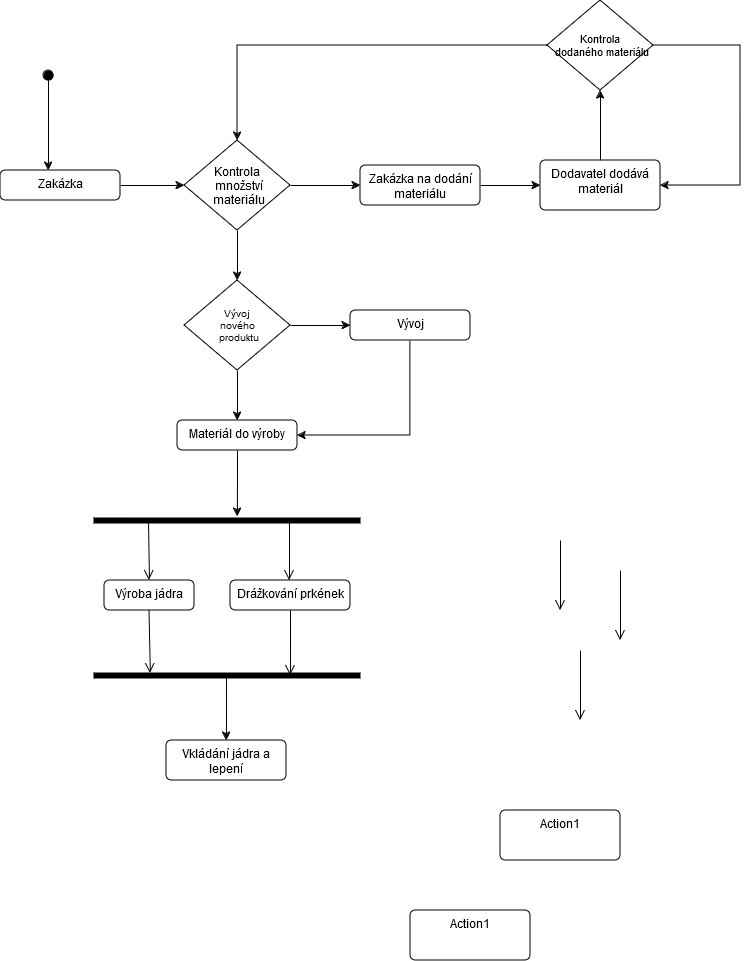
KarelMasa/pg keeps this draw.io diagram as SW_ING/Tuzka_Aktivity.png. Above is the earlier version. Source tidied: cells renumbered, new cells last; positions are measured from the earlier drawing's top-left corner, leaving out a move shared by most shapes.
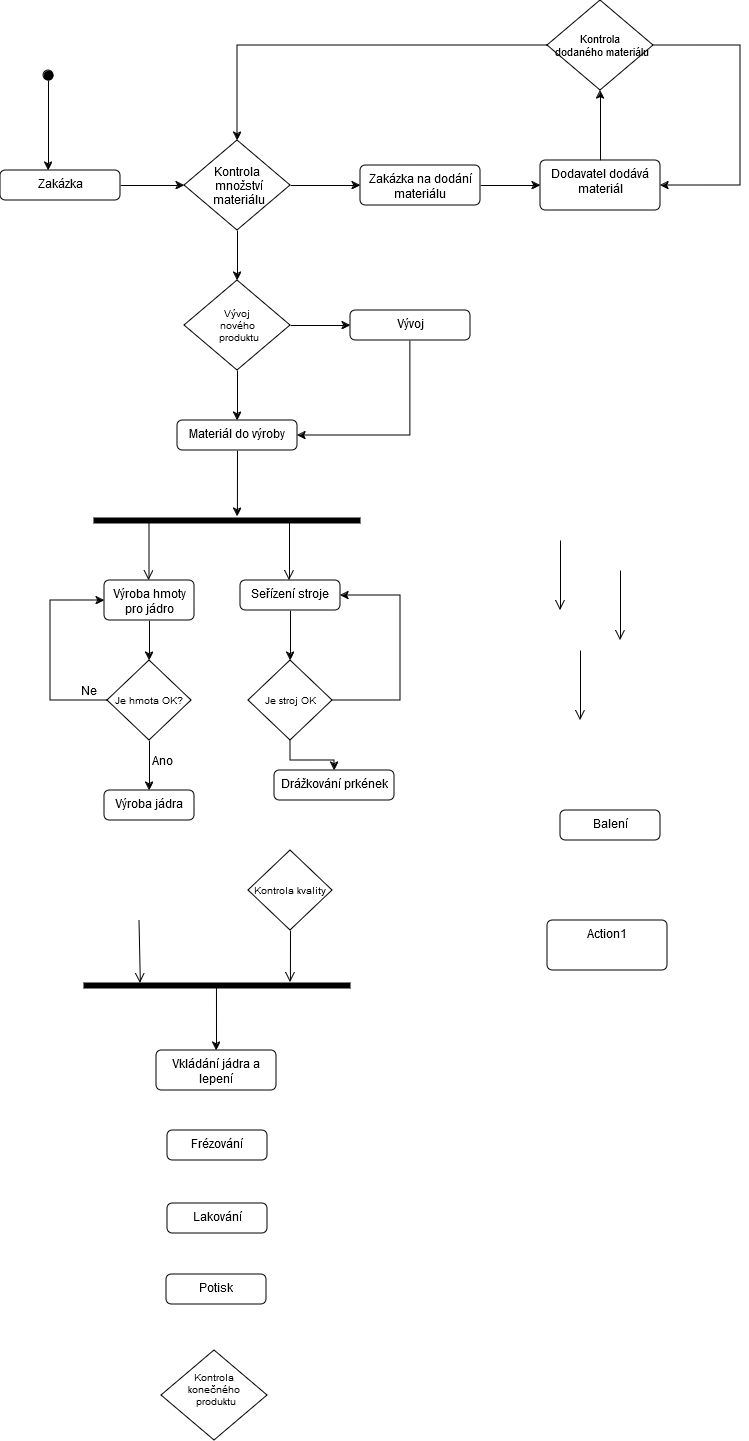
The same diagram one commit later.

The edit, as a diff of the source:
```diff
@@ -37,7 +37,7 @@
       <mxGeometry x="350" y="310" width="120" height="30" as="geometry" />
     </mxCell>
     <mxCell id="12" value="Vkládání jádra a lepení" style="html=1;align=center;verticalAlign=top;rounded=1;absoluteArcSize=1;arcSize=10;dashed=0;whiteSpace=wrap;" parent="1" vertex="1">
-      <mxGeometry x="166" y="740" width="120" height="40" as="geometry" />
+      <mxGeometry x="156" y="1050" width="120" height="40" as="geometry" />
     </mxCell>
     <mxCell id="13" style="edgeStyle=orthogonalEdgeStyle;rounded=0;jettySize=auto;html=1;entryX=0;entryY=0.5;entryDx=0;entryDy=0;" parent="1" edge="1" source="15" target="7">
       <mxGeometry relative="1" as="geometry" />
@@ -79,9 +79,6 @@
     <mxCell id="24" style="shape=line;html=1;strokeWidth=6;strokeColor=#000000;" parent="1" vertex="1">
       <mxGeometry x="93" y="515" width="267" height="10" as="geometry" />
     </mxCell>
-    <mxCell id="25" style="html=1;verticalAlign=bottom;endArrow=open;endSize=8;strokeColor=#000000;rounded=0;exitX=0.206;exitY=0.6;exitDx=0;exitDy=0;exitPerimeter=0;entryX=0.5;entryY=0;entryDx=0;entryDy=0;" parent="1" edge="1" source="24" target="30">
-      <mxGeometry relative="1" as="geometry" />
-    </mxCell>
     <mxCell id="26" style="edgeStyle=orthogonalEdgeStyle;html=1;verticalAlign=bottom;endArrow=open;endSize=8;strokeColor=#000000;rounded=0;" parent="1" edge="1">
       <mxGeometry relative="1" as="geometry">
         <mxPoint x="560" y="540" as="sourcePoint" />
@@ -101,16 +98,16 @@
       </mxGeometry>
     </mxCell>
     <mxCell id="29" value="Drážkování prkének" style="html=1;align=center;verticalAlign=top;rounded=1;absoluteArcSize=1;arcSize=10;dashed=0;whiteSpace=wrap;" parent="1" vertex="1">
-      <mxGeometry x="230" y="580" width="120" height="30" as="geometry" />
+      <mxGeometry x="274" y="770" width="120" height="30" as="geometry" />
     </mxCell>
     <mxCell id="30" value="Výroba jádra" style="html=1;align=center;verticalAlign=top;rounded=1;absoluteArcSize=1;arcSize=10;dashed=0;whiteSpace=wrap;" parent="1" vertex="1">
-      <mxGeometry x="104" y="580" width="90" height="30" as="geometry" />
+      <mxGeometry x="104" y="790" width="90" height="30" as="geometry" />
     </mxCell>
     <mxCell id="31" value="Action1" style="html=1;align=center;verticalAlign=top;rounded=1;absoluteArcSize=1;arcSize=10;dashed=0;whiteSpace=wrap;" parent="1" vertex="1">
-      <mxGeometry x="410" y="910" width="120" height="50" as="geometry" />
+      <mxGeometry x="547" y="920" width="120" height="50" as="geometry" />
     </mxCell>
-    <mxCell id="32" value="Action1" style="html=1;align=center;verticalAlign=top;rounded=1;absoluteArcSize=1;arcSize=10;dashed=0;whiteSpace=wrap;" parent="1" vertex="1">
-      <mxGeometry x="500" y="810" width="120" height="50" as="geometry" />
+    <mxCell id="32" value="Frézování" style="html=1;align=center;verticalAlign=top;rounded=1;absoluteArcSize=1;arcSize=10;dashed=0;whiteSpace=wrap;" parent="1" vertex="1">
+      <mxGeometry x="167" y="1130" width="100" height="30" as="geometry" />
     </mxCell>
     <mxCell id="33" style="html=1;verticalAlign=bottom;endArrow=open;endSize=8;strokeColor=#000000;rounded=0;exitX=0.069;exitY=0.5;exitDx=0;exitDy=0;exitPerimeter=0;entryX=0.5;entryY=0;entryDx=0;entryDy=0;" parent="1" edge="1">
       <mxGeometry relative="1" as="geometry">
@@ -122,17 +119,80 @@
       <mxGeometry relative="1" as="geometry" />
     </mxCell>
     <mxCell id="35" style="shape=line;html=1;strokeWidth=6;strokeColor=#000000;" parent="1" vertex="1">
-      <mxGeometry x="93" y="670" width="267" height="10" as="geometry" />
+      <mxGeometry x="83" y="980" width="267" height="10" as="geometry" />
     </mxCell>
-    <mxCell id="36" style="html=1;verticalAlign=bottom;endArrow=open;endSize=8;strokeColor=#000000;rounded=0;exitX=0.069;exitY=0.5;exitDx=0;exitDy=0;exitPerimeter=0;entryX=0.738;entryY=0.5;entryDx=0;entryDy=0;entryPerimeter=0;" parent="1" edge="1" target="35">
-      <mxGeometry relative="1" as="geometry">
-        <mxPoint x="290" y="610" as="sourcePoint" />
-      </mxGeometry>
+    <mxCell id="36" style="html=1;verticalAlign=bottom;endArrow=open;endSize=8;strokeColor=#000000;rounded=0;exitX=0.5;exitY=1;exitDx=0;exitDy=0;entryX=0.775;entryY=0.2;entryDx=0;entryDy=0;entryPerimeter=0;" parent="1" edge="1" source="55" target="35">
+      <mxGeometry relative="1" as="geometry" />
     </mxCell>
     <mxCell id="37" style="html=1;verticalAlign=bottom;endArrow=open;endSize=8;strokeColor=#000000;rounded=0;exitX=0.069;exitY=0.5;exitDx=0;exitDy=0;exitPerimeter=0;entryX=0.213;entryY=0.3;entryDx=0;entryDy=0;entryPerimeter=0;" parent="1" edge="1" target="35">
       <mxGeometry relative="1" as="geometry">
-        <mxPoint x="148.5" y="610" as="sourcePoint" />
+        <mxPoint x="138.5" y="920" as="sourcePoint" />
       </mxGeometry>
     </mxCell>
+    <mxCell id="38" value="Lakování" style="html=1;align=center;verticalAlign=top;rounded=1;absoluteArcSize=1;arcSize=10;dashed=0;whiteSpace=wrap;" parent="1" vertex="1">
+      <mxGeometry x="167" y="1203" width="100" height="30" as="geometry" />
+    </mxCell>
+    <mxCell id="39" value="Potisk" style="html=1;align=center;verticalAlign=top;rounded=1;absoluteArcSize=1;arcSize=10;dashed=0;whiteSpace=wrap;" parent="1" vertex="1">
+      <mxGeometry x="166" y="1274" width="100" height="30" as="geometry" />
+    </mxCell>
+    <mxCell id="40" value="Balení" style="html=1;align=center;verticalAlign=top;rounded=1;absoluteArcSize=1;arcSize=10;dashed=0;whiteSpace=wrap;" parent="1" vertex="1">
+      <mxGeometry x="560" y="810" width="100" height="30" as="geometry" />
+    </mxCell>
+    <mxCell id="41" value="Kontrola&#10;konečného&#10; produktu&#10;" style="rhombus;fontSize=10;" parent="1" vertex="1">
+      <mxGeometry x="161" y="1350" width="106" height="90" as="geometry" />
+    </mxCell>
+    <mxCell id="42" style="rounded=0;jettySize=auto;html=1;entryX=0.5;entryY=0;entryDx=0;entryDy=0;" parent="1" edge="1" source="43" target="47">
+      <mxGeometry relative="1" as="geometry" />
+    </mxCell>
+    <mxCell id="43" value="Výroba hmoty pro jádro" style="html=1;align=center;verticalAlign=top;rounded=1;absoluteArcSize=1;arcSize=10;dashed=0;whiteSpace=wrap;" parent="1" vertex="1">
+      <mxGeometry x="104" y="580" width="90" height="40" as="geometry" />
+    </mxCell>
+    <mxCell id="44" style="html=1;verticalAlign=bottom;endArrow=open;endSize=8;strokeColor=#000000;rounded=0;exitX=0.069;exitY=0.5;exitDx=0;exitDy=0;exitPerimeter=0;entryX=0.5;entryY=0;entryDx=0;entryDy=0;" parent="1" edge="1">
+      <mxGeometry relative="1" as="geometry">
+        <mxPoint x="148.5" y="520" as="sourcePoint" />
+        <mxPoint x="148.5" y="580" as="targetPoint" />
+      </mxGeometry>
+    </mxCell>
+    <mxCell id="45" style="rounded=0;jettySize=auto;html=1;entryX=0.5;entryY=0;entryDx=0;entryDy=0;" parent="1" edge="1" source="47" target="30">
+      <mxGeometry relative="1" as="geometry" />
+    </mxCell>
+    <mxCell id="46" style="edgeStyle=elbowEdgeStyle;rounded=0;jettySize=auto;html=1;entryX=0;entryY=0.5;entryDx=0;entryDy=0;" parent="1" edge="1" source="47" target="43">
+      <mxGeometry relative="1" as="geometry">
+        <Array as="points">
+          <mxPoint x="50" y="650" />
+        </Array>
+      </mxGeometry>
+    </mxCell>
+    <mxCell id="47" value="Je hmota OK?" style="rhombus;fontSize=10;" parent="1" vertex="1">
+      <mxGeometry x="107" y="660" width="84" height="80" as="geometry" />
+    </mxCell>
+    <mxCell id="48" value="Ano" style="text;strokeColor=none;align=center;fillColor=none;html=1;verticalAlign=middle;whiteSpace=wrap;rounded=0;" parent="1" vertex="1">
+      <mxGeometry x="147" y="750" width="30" height="20" as="geometry" />
+    </mxCell>
+    <mxCell id="49" value="Ne" style="text;strokeColor=none;align=center;fillColor=none;html=1;verticalAlign=middle;whiteSpace=wrap;rounded=0;" parent="1" vertex="1">
+      <mxGeometry x="74" y="680" width="30" height="20" as="geometry" />
+    </mxCell>
+    <mxCell id="50" style="edgeStyle=orthogonalEdgeStyle;rounded=0;jettySize=auto;html=1;entryX=0.5;entryY=0;entryDx=0;entryDy=0;" parent="1" edge="1" source="51" target="54">
+      <mxGeometry relative="1" as="geometry" />
+    </mxCell>
+    <mxCell id="51" value="Seřízení stroje" style="html=1;align=center;verticalAlign=top;rounded=1;absoluteArcSize=1;arcSize=10;dashed=0;whiteSpace=wrap;" parent="1" vertex="1">
+      <mxGeometry x="240" y="580" width="100" height="30" as="geometry" />
+    </mxCell>
+    <mxCell id="52" style="edgeStyle=elbowEdgeStyle;rounded=0;jettySize=auto;html=1;entryX=1;entryY=0.5;entryDx=0;entryDy=0;" parent="1" edge="1" source="54" target="51">
+      <mxGeometry relative="1" as="geometry">
+        <Array as="points">
+          <mxPoint x="400" y="650" />
+        </Array>
+      </mxGeometry>
+    </mxCell>
+    <mxCell id="53" style="edgeStyle=orthogonalEdgeStyle;rounded=0;jettySize=auto;html=1;entryX=0.5;entryY=0;entryDx=0;entryDy=0;" parent="1" edge="1" source="54" target="29">
+      <mxGeometry relative="1" as="geometry" />
+    </mxCell>
+    <mxCell id="54" value="Je stroj OK" style="rhombus;fontSize=10;" parent="1" vertex="1">
+      <mxGeometry x="248" y="660" width="84" height="80" as="geometry" />
+    </mxCell>
+    <mxCell id="55" value="Kontrola kvality" style="rhombus;fontSize=10;" parent="1" vertex="1">
+      <mxGeometry x="248" y="850" width="84" height="80" as="geometry" />
+    </mxCell>
   </root>
 </mxGraphModel>
```
